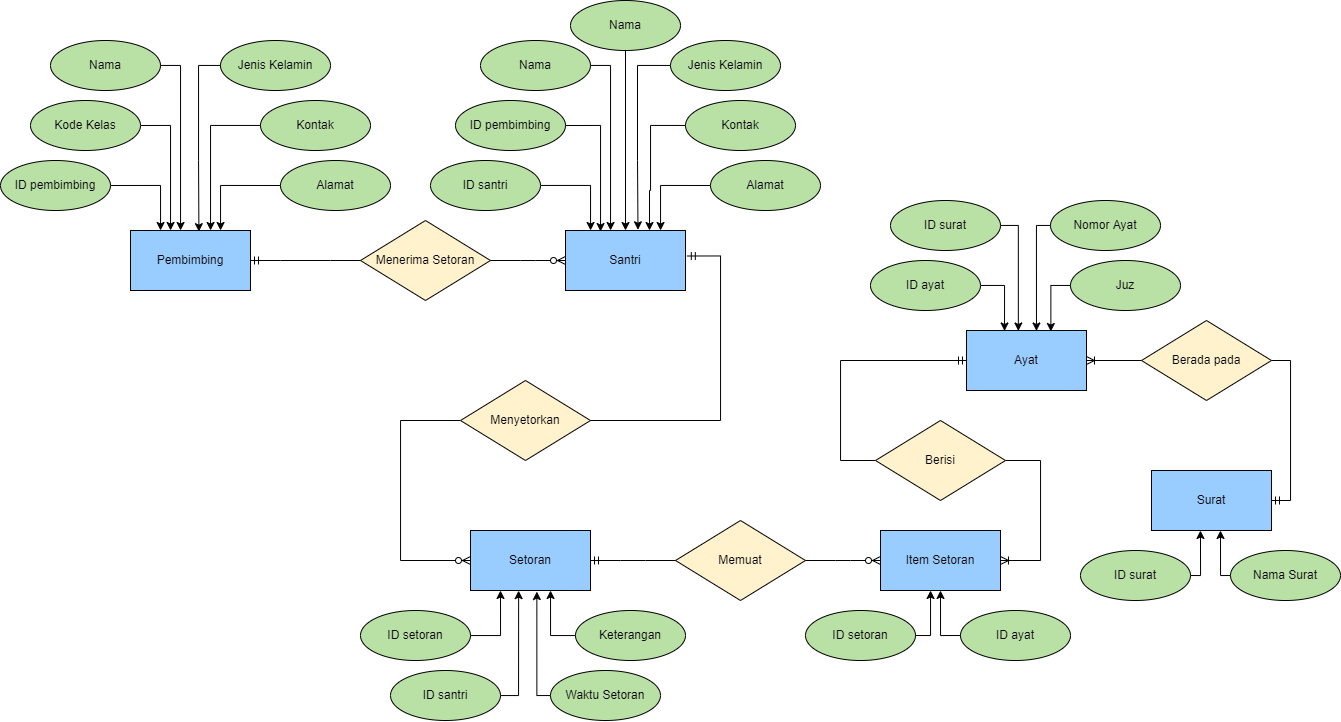
Earlier version of the draw.io export final-project/relasi.drawio.png (nentinur/IF214002). Source tidied: cells renumbered, new cells last; positions are measured from the earlier drawing's top-left corner, leaving out a move shared by most shapes.
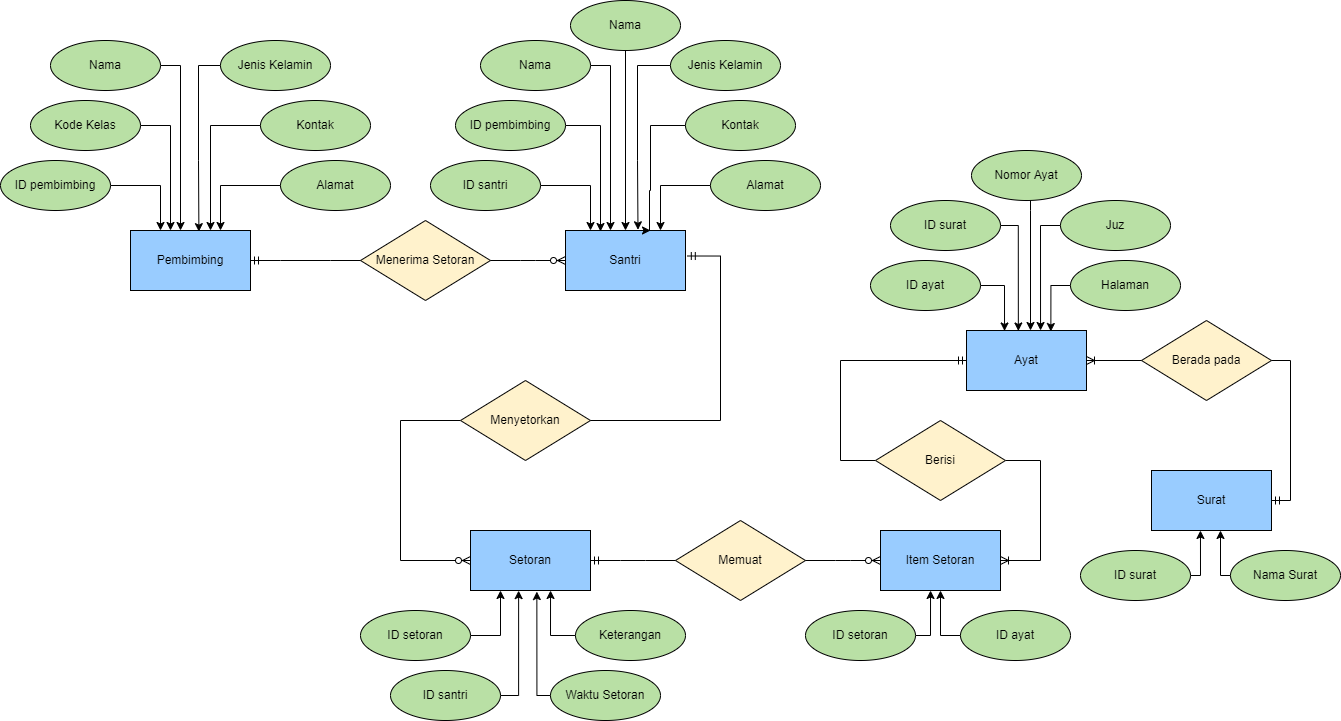
After the commit.

What changed in the source:
```diff
@@ -230,15 +230,17 @@
     <mxCell id="45" value="Ayat" style="rounded=0;whiteSpace=wrap;html=1;fillColor=#99CCFF;" parent="1" vertex="1">
       <mxGeometry x="966" y="330" width="120" height="60" as="geometry" />
     </mxCell>
-    <mxCell id="46" style="edgeStyle=orthogonalEdgeStyle;rounded=0;jettySize=auto;html=1;entryX=0.583;entryY=0.008;entryDx=0;entryDy=0;entryPerimeter=0;" parent="1" edge="1" source="47" target="45">
+    <mxCell id="46" style="edgeStyle=orthogonalEdgeStyle;rounded=0;jettySize=auto;html=1;" parent="1" edge="1" source="47">
       <mxGeometry relative="1" as="geometry">
+        <mxPoint x="1030" y="330" as="targetPoint" />
         <Array as="points">
-          <mxPoint x="1036" y="225" />
+          <mxPoint x="1030" y="210" />
+          <mxPoint x="1030" y="210" />
         </Array>
       </mxGeometry>
     </mxCell>
     <mxCell id="47" value="Nomor Ayat" style="ellipse;whiteSpace=wrap;html=1;fillColor=#B9E0A5;" parent="1" vertex="1">
-      <mxGeometry x="1050" y="200" width="110" height="50" as="geometry" />
+      <mxGeometry x="971" y="150" width="110" height="50" as="geometry" />
     </mxCell>
     <mxCell id="48" style="edgeStyle=orthogonalEdgeStyle;rounded=0;jettySize=auto;html=1;entryX=0.317;entryY=0.008;entryDx=0;entryDy=0;entryPerimeter=0;" parent="1" edge="1" source="49" target="45">
       <mxGeometry relative="1" as="geometry">
@@ -257,7 +259,7 @@
         </Array>
       </mxGeometry>
     </mxCell>
-    <mxCell id="51" value="Juz" style="ellipse;whiteSpace=wrap;html=1;fillColor=#B9E0A5;" parent="1" vertex="1">
+    <mxCell id="51" value="Halaman" style="ellipse;whiteSpace=wrap;html=1;fillColor=#B9E0A5;" parent="1" vertex="1">
       <mxGeometry x="1070" y="260" width="110" height="50" as="geometry" />
     </mxCell>
     <mxCell id="52" style="edgeStyle=orthogonalEdgeStyle;rounded=0;jettySize=auto;html=1;entryX=0.432;entryY=0.008;entryDx=0;entryDy=0;entryPerimeter=0;" parent="1" edge="1" source="53" target="45">
@@ -355,5 +357,15 @@
     <mxCell id="72" value="Nama" style="ellipse;whiteSpace=wrap;html=1;fillColor=#B9E0A5;" parent="1" vertex="1">
       <mxGeometry x="570" width="110" height="50" as="geometry" />
     </mxCell>
+    <mxCell id="73" style="edgeStyle=orthogonalEdgeStyle;rounded=0;jettySize=auto;html=1;entryX=0.617;entryY=0;entryDx=0;entryDy=0;entryPerimeter=0;" parent="1" edge="1" source="74" target="45">
+      <mxGeometry relative="1" as="geometry">
+        <Array as="points">
+          <mxPoint x="1040" y="225" />
+        </Array>
+      </mxGeometry>
+    </mxCell>
+    <mxCell id="74" value="Juz" style="ellipse;whiteSpace=wrap;html=1;fillColor=#B9E0A5;" parent="1" vertex="1">
+      <mxGeometry x="1060" y="200" width="110" height="50" as="geometry" />
+    </mxCell>
   </root>
 </mxGraphModel>
```
